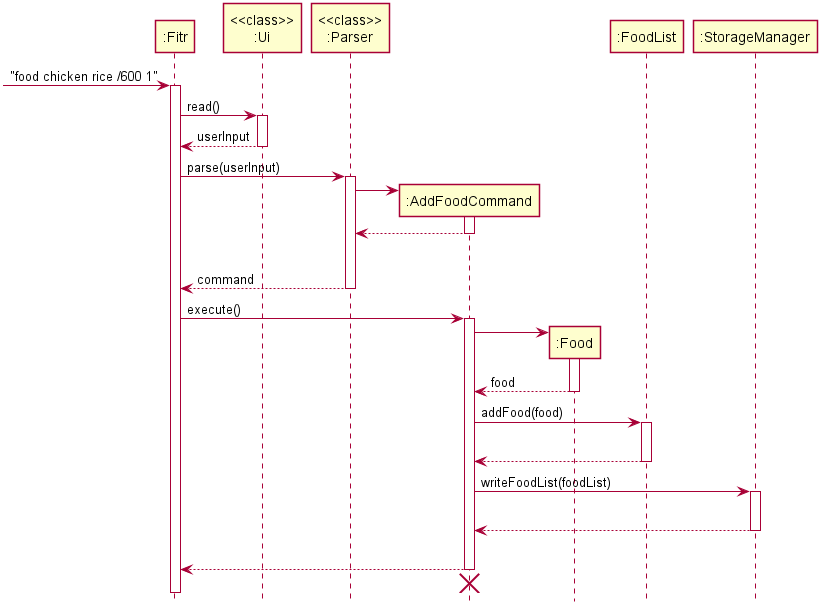
This is docs/images/AddFoodSequenceDiagram.png from nus-cs2113-AY2021S1/tp, a PlantUML export, as it was before one commit.
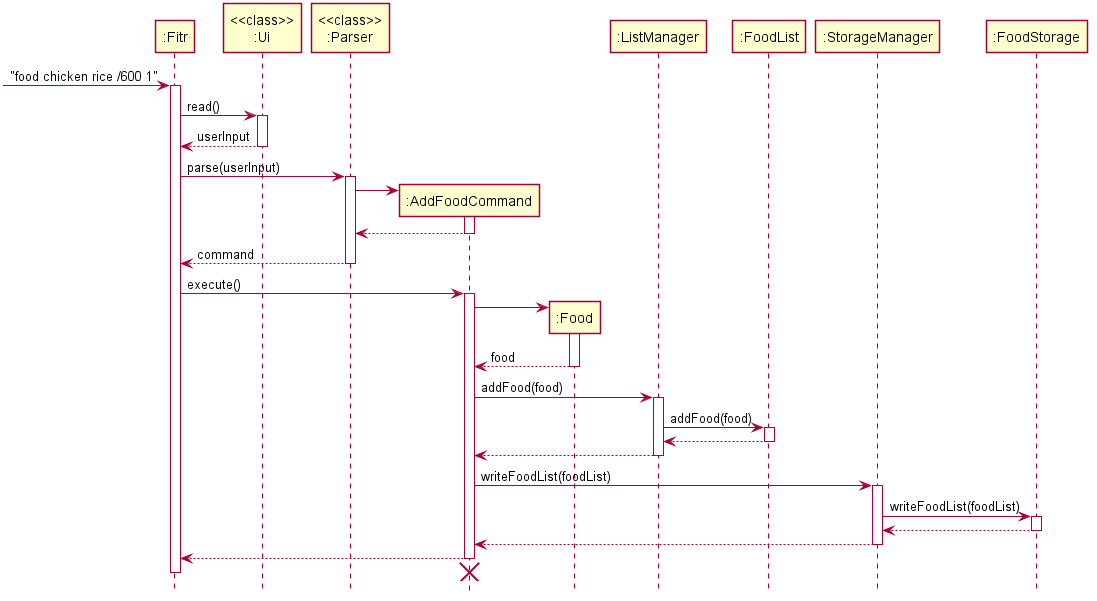
The same diagram one commit later.

Commit message:
Update add food sequence diagram

Change to the diagram source:
```diff
@@ -13,15 +13,15 @@
 
 ":Fitr" -> "<<class>>\n:Parser" : parse(userInput)
 activate "<<class>>\n:Parser"
-create ":AddFoodCommand"
-"<<class>>\n:Parser" -> ":AddFoodCommand"
-activate ":AddFoodCommand"
-return
-|||
-return command
+    create ":AddFoodCommand"
+    "<<class>>\n:Parser" -> ":AddFoodCommand"
+    activate ":AddFoodCommand"
+    return
+    return command
 deactivate "<<class>>\n:Parser"
 
 participant ":Food"
+participant ":ListManager"
 participant ":FoodList"
 participant ":StorageManager"
 
@@ -33,20 +33,26 @@
 activate ":Food"
 return food
 
-":AddFoodCommand" -> ":FoodList" : addFood(food)
-activate ":FoodList"
-|||
+":AddFoodCommand" -> ":ListManager" : addFood(food)
+activate ":ListManager"
+    ":ListManager" -> ":FoodList" : addFood(food)
+    activate ":FoodList"
+    return
 return
 
 ":AddFoodCommand" -> ":StorageManager" : writeFoodList(foodList)
 activate ":StorageManager"
-|||
+    ":StorageManager" -> ":FoodStorage" : writeFoodList(foodList)
+    activate ":FoodStorage"
+    return
 return
-|||
+
 ":AddFoodCommand" --> ":Fitr"
 deactivate ":AddFoodCommand"
 ":AddFoodCommand" -[hidden]-> ":Fitr"
 destroy ":AddFoodCommand"
 
+deactivate ":Fitr"
+
 hide footbox
 @enduml
```
